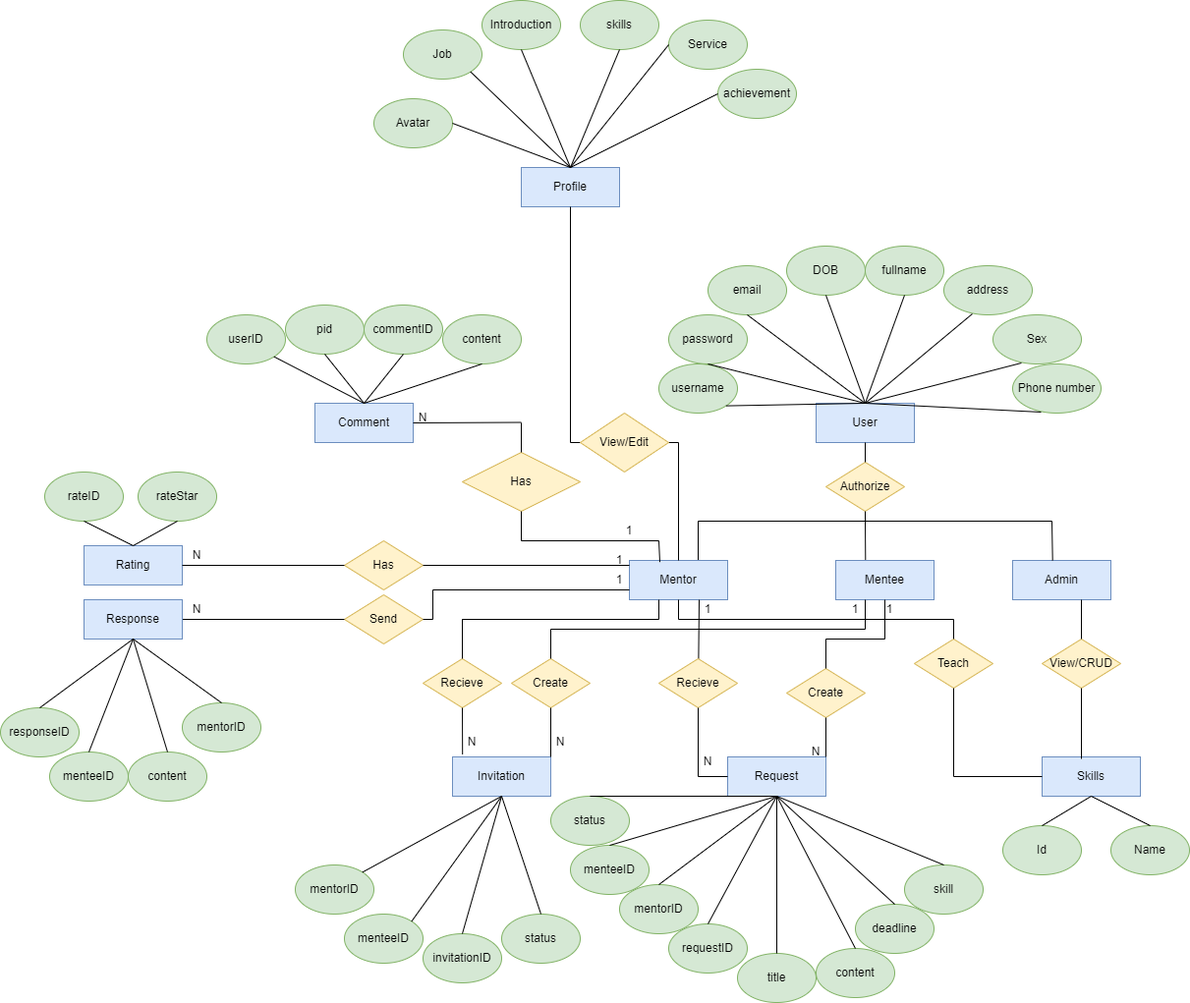
Above: ERD.drawio.png in dungdt23/SWP391_Document (draw.io), before the change. Source tidied: cells renumbered, new cells last; positions are measured from the earlier drawing's top-left corner, leaving out a move shared by most shapes.
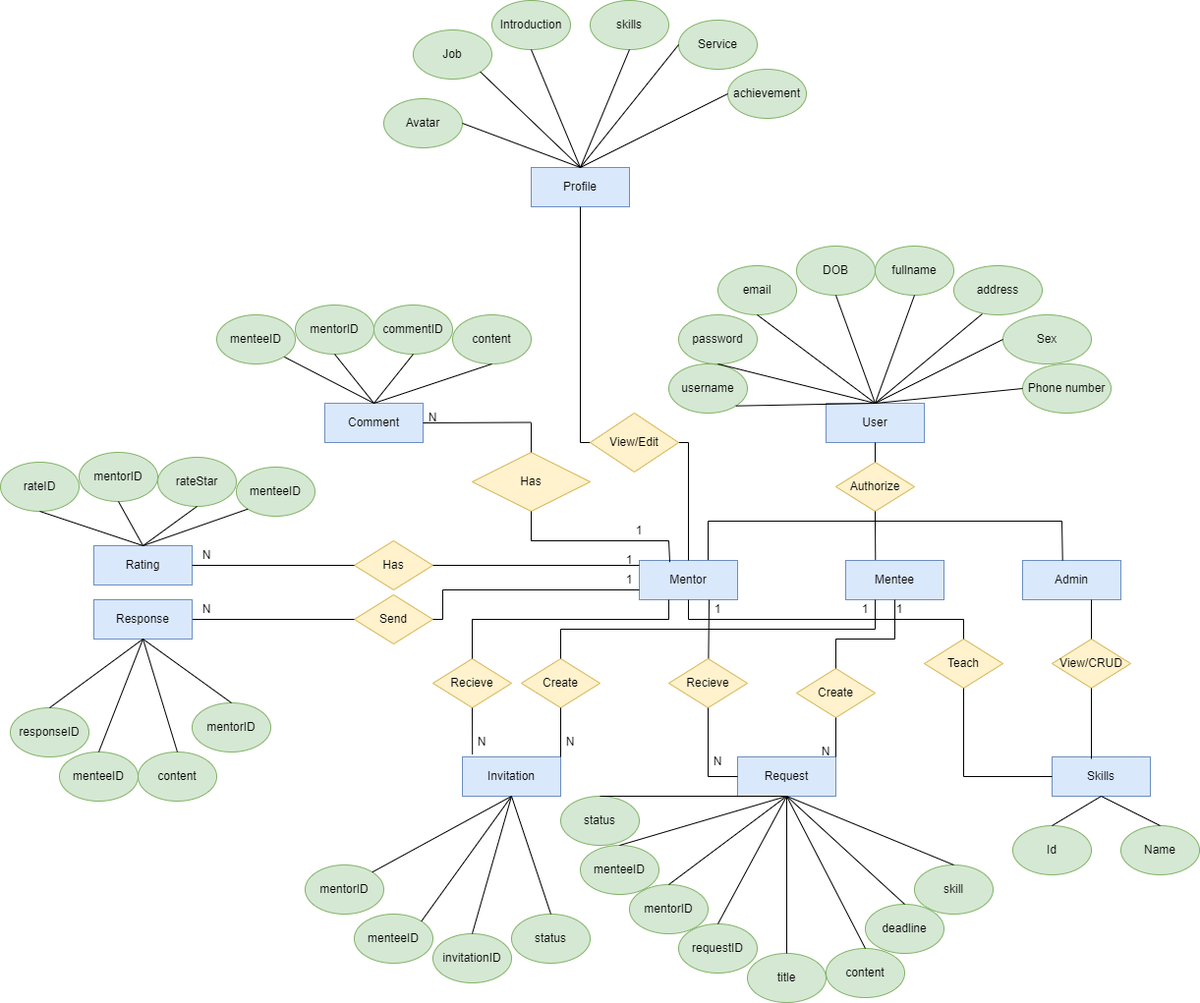
After the change.

Change to the diagram source:
```diff
@@ -208,10 +208,10 @@
       <mxGeometry x="85" y="555" width="100" height="40" as="geometry" />
     </mxCell>
     <mxCell id="55" value="rateID" style="ellipse;whiteSpace=wrap;html=1;align=center;fillColor=#d5e8d4;strokeColor=#82b366;" parent="1" vertex="1">
-      <mxGeometry x="45" y="480" width="80" height="50" as="geometry" />
+      <mxGeometry x="-10" y="470" width="80" height="50" as="geometry" />
     </mxCell>
     <mxCell id="56" value="rateStar" style="ellipse;whiteSpace=wrap;html=1;align=center;fillColor=#d5e8d4;strokeColor=#82b366;" parent="1" vertex="1">
-      <mxGeometry x="140" y="480" width="80" height="50" as="geometry" />
+      <mxGeometry x="150" y="465" width="80" height="50" as="geometry" />
     </mxCell>
     <mxCell id="57" style="endArrow=none;html=1;rounded=0;entryX=0.5;entryY=1;entryDx=0;entryDy=0;exitX=0.5;exitY=0;exitDx=0;exitDy=0;" parent="1" edge="1" source="54" target="55">
       <mxGeometry relative="1" as="geometry" />
@@ -329,17 +329,16 @@
     <mxCell id="89" style="endArrow=none;html=1;rounded=0;entryX=0.5;entryY=1;entryDx=0;entryDy=0;exitX=0.5;exitY=0;exitDx=0;exitDy=0;" parent="1" edge="1" source="2" target="87">
       <mxGeometry relative="1" as="geometry" />
     </mxCell>
-    <mxCell id="90" value="pid" style="ellipse;whiteSpace=wrap;html=1;align=center;fillColor=#d5e8d4;strokeColor=#82b366;" parent="1" vertex="1">
+    <mxCell id="90" value="mentorID" style="ellipse;whiteSpace=wrap;html=1;align=center;fillColor=#d5e8d4;strokeColor=#82b366;" parent="1" vertex="1">
       <mxGeometry x="290" y="310" width="80" height="50" as="geometry" />
     </mxCell>
-    <mxCell id="91" value="userID" style="ellipse;whiteSpace=wrap;html=1;align=center;fillColor=#d5e8d4;strokeColor=#82b366;" parent="1" vertex="1">
-      <mxGeometry x="210" y="320" width="80" height="50" as="geometry" />
-    </mxCell>
     <mxCell id="92" style="endArrow=none;html=1;rounded=0;exitX=0.5;exitY=0;exitDx=0;exitDy=0;entryX=0.5;entryY=1;entryDx=0;entryDy=0;" parent="1" edge="1" source="44" target="90">
       <mxGeometry relative="1" as="geometry" />
     </mxCell>
-    <mxCell id="93" style="endArrow=none;html=1;rounded=0;entryX=1;entryY=1;entryDx=0;entryDy=0;exitX=0.5;exitY=0;exitDx=0;exitDy=0;" parent="1" edge="1" source="44" target="91">
-      <mxGeometry relative="1" as="geometry" />
+    <mxCell id="93" style="endArrow=none;html=1;rounded=0;entryX=1;entryY=1;entryDx=0;entryDy=0;exitX=0.5;exitY=0;exitDx=0;exitDy=0;" parent="1" edge="1" source="44">
+      <mxGeometry relative="1" as="geometry">
+        <mxPoint x="278.4" y="362.6" as="targetPoint" />
+      </mxGeometry>
     </mxCell>
     <mxCell id="94" value="address" style="ellipse;whiteSpace=wrap;html=1;align=center;fillColor=#d5e8d4;strokeColor=#82b366;" parent="1" vertex="1">
       <mxGeometry x="960" y="270" width="90" height="50" as="geometry" />
@@ -515,7 +514,7 @@
     <mxCell id="144" value="Sex" style="ellipse;whiteSpace=wrap;html=1;align=center;fillColor=#d5e8d4;strokeColor=#82b366;" parent="1" vertex="1">
       <mxGeometry x="1010" y="320" width="90" height="50" as="geometry" />
     </mxCell>
-    <mxCell id="145" style="endArrow=none;html=1;rounded=0;entryX=0.322;entryY=0.98;entryDx=0;entryDy=0;entryPerimeter=0;" parent="1" edge="1" target="144">
+    <mxCell id="145" style="endArrow=none;html=1;rounded=0;entryX=0;entryY=0.5;entryDx=0;entryDy=0;" parent="1" edge="1" target="144">
       <mxGeometry relative="1" as="geometry">
         <mxPoint x="880" y="410" as="sourcePoint" />
       </mxGeometry>
@@ -523,7 +522,7 @@
     <mxCell id="146" value="Phone number" style="ellipse;whiteSpace=wrap;html=1;align=center;fillColor=#d5e8d4;strokeColor=#82b366;" parent="1" vertex="1">
       <mxGeometry x="1030" y="370" width="90" height="50" as="geometry" />
     </mxCell>
-    <mxCell id="147" style="endArrow=none;html=1;rounded=0;entryX=0.322;entryY=0.98;entryDx=0;entryDy=0;entryPerimeter=0;" parent="1" edge="1" target="146">
+    <mxCell id="147" style="endArrow=none;html=1;rounded=0;entryX=0;entryY=0.5;entryDx=0;entryDy=0;" parent="1" edge="1" target="146">
       <mxGeometry relative="1" as="geometry">
         <mxPoint x="880" y="410" as="sourcePoint" />
       </mxGeometry>
@@ -552,5 +551,20 @@
     <mxCell id="155" style="endArrow=none;html=1;rounded=0;entryX=0.5;entryY=1;entryDx=0;entryDy=0;exitX=0.5;exitY=0;exitDx=0;exitDy=0;" parent="1" edge="1" source="154" target="19">
       <mxGeometry relative="1" as="geometry" />
     </mxCell>
+    <mxCell id="156" value="menteeID" style="ellipse;whiteSpace=wrap;html=1;align=center;fillColor=#d5e8d4;strokeColor=#82b366;" parent="1" vertex="1">
+      <mxGeometry x="210" y="320" width="80" height="50" as="geometry" />
+    </mxCell>
+    <mxCell id="157" value="menteeID" style="ellipse;whiteSpace=wrap;html=1;align=center;fillColor=#d5e8d4;strokeColor=#82b366;" parent="1" vertex="1">
+      <mxGeometry x="230" y="475" width="80" height="50" as="geometry" />
+    </mxCell>
+    <mxCell id="158" value="mentorID" style="ellipse;whiteSpace=wrap;html=1;align=center;fillColor=#d5e8d4;strokeColor=#82b366;" parent="1" vertex="1">
+      <mxGeometry x="70" y="460" width="80" height="50" as="geometry" />
+    </mxCell>
+    <mxCell id="159" style="endArrow=none;html=1;rounded=0;entryX=0.5;entryY=1;entryDx=0;entryDy=0;exitX=0.5;exitY=0;exitDx=0;exitDy=0;" parent="1" edge="1" source="54" target="158">
+      <mxGeometry relative="1" as="geometry" />
+    </mxCell>
+    <mxCell id="160" style="endArrow=none;html=1;rounded=0;entryX=0;entryY=1;entryDx=0;entryDy=0;exitX=0.5;exitY=0;exitDx=0;exitDy=0;" parent="1" edge="1" source="54" target="157">
+      <mxGeometry relative="1" as="geometry" />
+    </mxCell>
   </root>
 </mxGraphModel>
```
